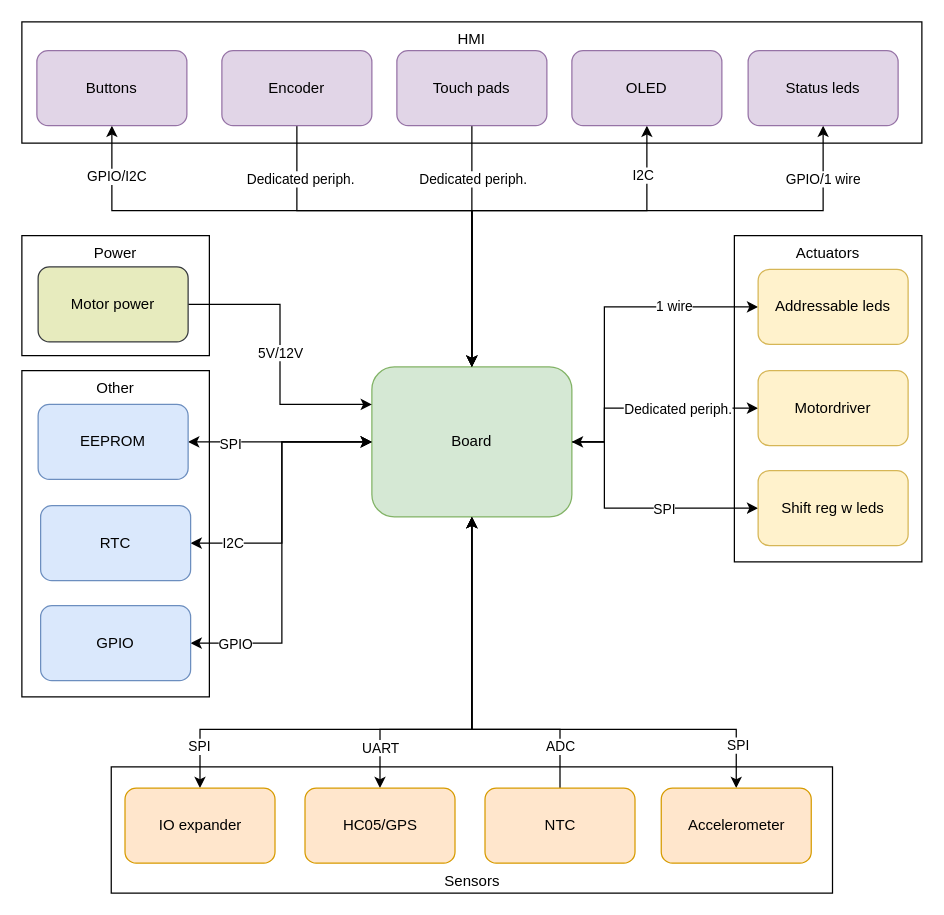
Above: Docs/hardware diagram.drawio in EmielV2002/FRDM_MCXx_SensHat (draw.io), before the change. Source tidied: cells renumbered, new cells numbered last; positions are measured from the earlier drawing's top-left corner, leaving out a move shared by most shapes. Both pictures are drawn from the tidied source at 125%, with x=0, y=0 at pixel (21, 21).
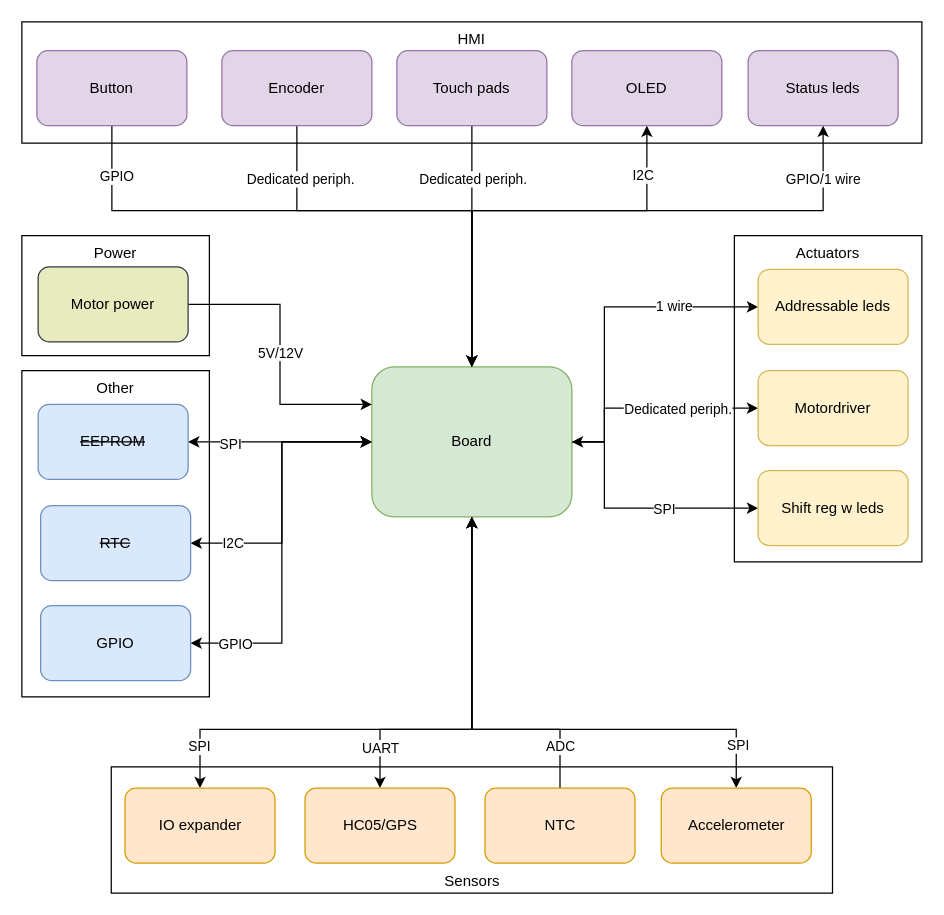
The same page after the edit.

The change refers to these unchanged cells:
```xml
<mxCell id="10" value="Board" style="rounded=1;whiteSpace=wrap;html=1;fillColor=#d5e8d4;strokeColor=#82b366;" parent="1" vertex="1">
  <mxGeometry x="280" y="276" width="160" height="120" as="geometry" />
</mxCell>
```

Diff of the diagram source:
```diff
@@
-    <mxCell id="16" style="edgeStyle=orthogonalEdgeStyle;rounded=0;jettySize=auto;html=1;exitX=0.5;exitY=1;exitDx=0;exitDy=0;entryX=0.5;entryY=0;entryDx=0;entryDy=0;startArrow=classic;startFill=1;" parent="1" edge="1" source="18" target="10">
+    <mxCell id="16" style="edgeStyle=orthogonalEdgeStyle;rounded=0;jettySize=auto;html=1;exitX=0.5;exitY=1;exitDx=0;exitDy=0;entryX=0.5;entryY=0;entryDx=0;entryDy=0;startArrow=none;startFill=0;" parent="1" edge="1" source="18" target="10">
       <mxGeometry relative="1" as="geometry">
         <Array as="points">
           <mxPoint x="72" y="151" />
           <mxPoint x="360" y="151" />
         </Array>
       </mxGeometry>
     </mxCell>
-    <mxCell id="17" value="GPIO/I2C" style="edgeLabel;html=1;align=center;verticalAlign=middle;" parent="16" vertex="1">
+    <mxCell id="17" value="GPIO" style="edgeLabel;html=1;align=center;verticalAlign=middle;" parent="16" vertex="1">
       <mxGeometry x="-0.64" y="-2" relative="1" as="geometry">
         <mxPoint x="-16" y="-30" as="offset" />
       </mxGeometry>
     </mxCell>
-    <mxCell id="18" value="Buttons" style="whiteSpace=wrap;html=1;rounded=1;fillColor=#e1d5e7;strokeColor=#9673a6;" parent="1" vertex="1">
+    <mxCell id="18" value="Button" style="whiteSpace=wrap;html=1;rounded=1;fillColor=#e1d5e7;strokeColor=#9673a6;" parent="1" vertex="1">
       <mxGeometry x="12" y="23" width="120" height="60" as="geometry" />
     </mxCell>
@@
-    <mxCell id="47" value="EEPROM" style="whiteSpace=wrap;html=1;rounded=1;fillColor=#dae8fc;strokeColor=#6c8ebf;" parent="1" vertex="1">
+    <mxCell id="47" value="&lt;strike&gt;EEPROM&lt;/strike&gt;" style="whiteSpace=wrap;html=1;rounded=1;fillColor=#dae8fc;strokeColor=#6c8ebf;" parent="1" vertex="1">
       <mxGeometry x="13" y="306" width="120" height="60" as="geometry" />
     </mxCell>
@@
-    <mxCell id="50" value="RTC" style="whiteSpace=wrap;html=1;rounded=1;fillColor=#dae8fc;strokeColor=#6c8ebf;" parent="1" vertex="1">
+    <mxCell id="50" value="&lt;strike&gt;RTC&lt;/strike&gt;" style="whiteSpace=wrap;html=1;rounded=1;fillColor=#dae8fc;strokeColor=#6c8ebf;" parent="1" vertex="1">
       <mxGeometry x="15" y="387" width="120" height="60" as="geometry" />
     </mxCell>
```
